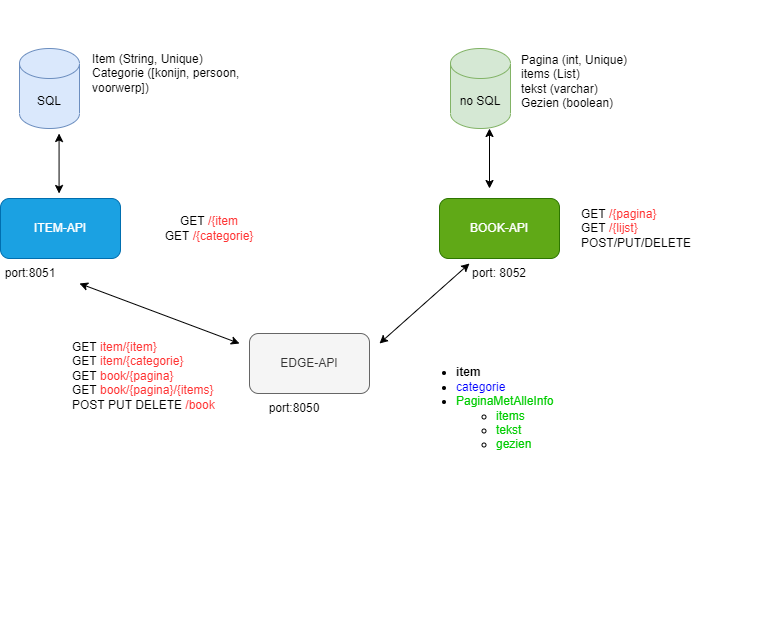
Earlier version of the draw.io export SchemaProject.png (KevinSegers/project-ar-backend). Source tidied: cells renumbered, new cells last; positions are measured from the earlier drawing's top-left corner, leaving out a move shared by most shapes.
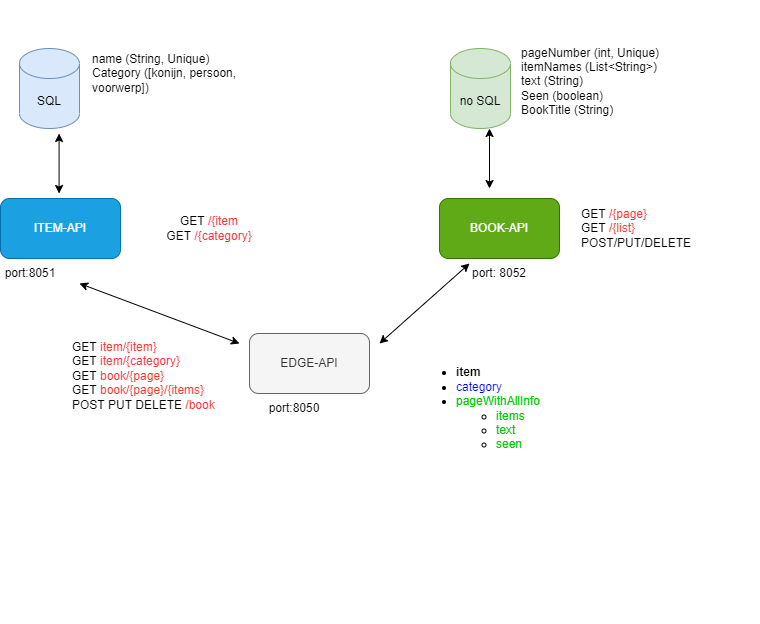
After the commit.

What changed in the source:
```diff
@@ -17,16 +17,16 @@
     <mxCell id="6" value="EDGE-API" style="rounded=1;whiteSpace=wrap;html=1;align=center;horizontal=1;verticalAlign=middle;fillColor=#f5f5f5;fontColor=#333333;strokeColor=#666666;" parent="1" vertex="1">
       <mxGeometry x="249" y="333" width="120" height="60" as="geometry" />
     </mxCell>
-    <mxCell id="7" value="Pagina (int, Unique)&lt;br&gt;items (List)&lt;br&gt;tekst (varchar)&lt;br&gt;Gezien (boolean)" style="text;html=1;strokeColor=none;fillColor=none;align=left;verticalAlign=middle;whiteSpace=wrap;rounded=0;horizontal=1;" parent="1" vertex="1">
+    <mxCell id="7" value="pageNumber (int, Unique)&lt;br&gt;itemNames (List&amp;lt;String&amp;gt;)&lt;br&gt;text (String)&lt;br&gt;Seen (boolean)&lt;br&gt;BookTitle (String)" style="text;html=1;strokeColor=none;fillColor=none;align=left;verticalAlign=middle;whiteSpace=wrap;rounded=0;horizontal=1;" parent="1" vertex="1">
       <mxGeometry x="519" y="13" width="170" height="135" as="geometry" />
     </mxCell>
-    <mxCell id="8" value="&lt;span style=&quot;background-color: initial;&quot;&gt;Item (String, Unique)&lt;/span&gt;&lt;br&gt;&lt;span style=&quot;background-color: initial;&quot;&gt;Categorie ([konijn, persoon, voorwerp])&lt;/span&gt;" style="text;html=1;strokeColor=none;fillColor=none;align=left;verticalAlign=middle;whiteSpace=wrap;rounded=0;fontFamily=Helvetica;" parent="1" vertex="1">
+    <mxCell id="8" value="&lt;span style=&quot;background-color: initial;&quot;&gt;name (String, Unique)&lt;/span&gt;&lt;br&gt;&lt;span style=&quot;background-color: initial;&quot;&gt;Category ([konijn, persoon, voorwerp])&lt;/span&gt;" style="text;html=1;strokeColor=none;fillColor=none;align=left;verticalAlign=middle;whiteSpace=wrap;rounded=0;fontFamily=Helvetica;" parent="1" vertex="1">
       <mxGeometry x="90" width="174" height="145.5" as="geometry" />
     </mxCell>
-    <mxCell id="9" value="GET &lt;font color=&quot;#ff3333&quot;&gt;/{item&lt;/font&gt;&lt;br&gt;GET &lt;font color=&quot;#ff3333&quot;&gt;/{categorie}&lt;/font&gt;" style="text;html=1;strokeColor=none;fillColor=none;align=center;verticalAlign=middle;whiteSpace=wrap;rounded=0;fontFamily=Helvetica;" parent="1" vertex="1">
+    <mxCell id="9" value="GET &lt;font color=&quot;#ff3333&quot;&gt;/{item&lt;/font&gt;&lt;br&gt;GET &lt;font color=&quot;#ff3333&quot;&gt;/{category}&lt;/font&gt;" style="text;html=1;strokeColor=none;fillColor=none;align=center;verticalAlign=middle;whiteSpace=wrap;rounded=0;fontFamily=Helvetica;" parent="1" vertex="1">
       <mxGeometry x="139" y="203" width="140" height="50" as="geometry" />
     </mxCell>
-    <mxCell id="10" value="GET &lt;font color=&quot;#ff3333&quot;&gt;/{pagina}&lt;/font&gt;&lt;br&gt;GET &lt;font color=&quot;#ff3333&quot;&gt;/{lijst}&lt;/font&gt;&lt;br&gt;POST/PUT/DELETE" style="text;html=1;strokeColor=none;fillColor=none;align=left;verticalAlign=middle;whiteSpace=wrap;rounded=0;fontFamily=Helvetica;" parent="1" vertex="1">
+    <mxCell id="10" value="GET &lt;font color=&quot;#ff3333&quot;&gt;/{page}&lt;/font&gt;&lt;br&gt;GET &lt;font color=&quot;#ff3333&quot;&gt;/{list}&lt;/font&gt;&lt;br&gt;POST/PUT/DELETE" style="text;html=1;strokeColor=none;fillColor=none;align=left;verticalAlign=middle;whiteSpace=wrap;rounded=0;fontFamily=Helvetica;" parent="1" vertex="1">
       <mxGeometry x="579" y="213" width="180" height="30" as="geometry" />
     </mxCell>
     <mxCell id="11" style="endArrow=classic;startArrow=classic;html=1;rounded=0;fontFamily=Helvetica;" parent="1" edge="1">
@@ -59,10 +59,10 @@
     <mxCell id="16" value="port: 8052" style="text;html=1;strokeColor=none;fillColor=none;align=center;verticalAlign=middle;whiteSpace=wrap;rounded=0;fontFamily=Helvetica;" parent="1" vertex="1">
       <mxGeometry x="469" y="258" width="60" height="30" as="geometry" />
     </mxCell>
-    <mxCell id="17" value="GET &lt;font color=&quot;#ff3333&quot;&gt;item/{item}&lt;/font&gt;&lt;br&gt;GET &lt;font color=&quot;#ff3333&quot;&gt;item/{categorie}&lt;/font&gt;&lt;br&gt;GET &lt;font color=&quot;#ff3333&quot;&gt;book/{pagina}&lt;/font&gt;&lt;br&gt;GET &lt;font color=&quot;#ff3333&quot;&gt;book/{pagina}/{items}&lt;/font&gt;&lt;br&gt;POST PUT DELETE &lt;font color=&quot;#ff3333&quot;&gt;/&lt;/font&gt;&lt;span style=&quot;color: rgb(255, 51, 51);&quot;&gt;book&lt;/span&gt;" style="text;html=1;strokeColor=none;fillColor=none;align=left;verticalAlign=top;whiteSpace=wrap;rounded=0;fontFamily=Helvetica;" parent="1" vertex="1">
+    <mxCell id="17" value="GET &lt;font color=&quot;#ff3333&quot;&gt;item/{item}&lt;/font&gt;&lt;br&gt;GET &lt;font color=&quot;#ff3333&quot;&gt;item/{category}&lt;/font&gt;&lt;br&gt;GET &lt;font color=&quot;#ff3333&quot;&gt;book/{page}&lt;/font&gt;&lt;br&gt;GET &lt;font color=&quot;#ff3333&quot;&gt;book/{page}/{items}&lt;/font&gt;&lt;br&gt;POST PUT DELETE &lt;font color=&quot;#ff3333&quot;&gt;/&lt;/font&gt;&lt;span style=&quot;color: rgb(255, 51, 51);&quot;&gt;book&lt;/span&gt;" style="text;html=1;strokeColor=none;fillColor=none;align=left;verticalAlign=top;whiteSpace=wrap;rounded=0;fontFamily=Helvetica;" parent="1" vertex="1">
       <mxGeometry x="70" y="333" width="209" height="290" as="geometry" />
     </mxCell>
-    <mxCell id="18" value="&lt;ul&gt;&lt;li&gt;&lt;span style=&quot;background-color: initial;&quot;&gt;&lt;b&gt;item&lt;/b&gt;&lt;/span&gt;&lt;br&gt;&lt;/li&gt;&lt;li&gt;&lt;span style=&quot;background-color: initial;&quot;&gt;&lt;font color=&quot;#0000ff&quot;&gt;categorie&lt;/font&gt;&lt;/span&gt;&lt;/li&gt;&lt;li&gt;&lt;font color=&quot;#00cc00&quot;&gt;&lt;span style=&quot;background-color: initial;&quot;&gt;PaginaMetAlleInfo&lt;/span&gt;&lt;/font&gt;&lt;/li&gt;&lt;ul&gt;&lt;li&gt;&lt;font color=&quot;#00cc00&quot;&gt;items&lt;/font&gt;&lt;/li&gt;&lt;li&gt;&lt;font color=&quot;#00cc00&quot;&gt;tekst&lt;/font&gt;&lt;/li&gt;&lt;li&gt;&lt;font color=&quot;#00cc00&quot;&gt;gezien&lt;/font&gt;&lt;/li&gt;&lt;/ul&gt;&lt;/ul&gt;" style="text;html=1;strokeColor=none;fillColor=none;align=left;verticalAlign=middle;whiteSpace=wrap;rounded=0;fontFamily=Helvetica;" parent="1" vertex="1">
+    <mxCell id="18" value="&lt;ul&gt;&lt;li&gt;&lt;span style=&quot;background-color: initial;&quot;&gt;&lt;b&gt;item&lt;/b&gt;&lt;/span&gt;&lt;br&gt;&lt;/li&gt;&lt;li&gt;&lt;font color=&quot;#0000ff&quot;&gt;category&lt;/font&gt;&lt;br&gt;&lt;/li&gt;&lt;li&gt;&lt;font color=&quot;#00cc00&quot;&gt;&lt;span style=&quot;background-color: initial;&quot;&gt;pageWithAllInfo&lt;/span&gt;&lt;/font&gt;&lt;/li&gt;&lt;ul&gt;&lt;li&gt;&lt;font color=&quot;#00cc00&quot;&gt;items&lt;/font&gt;&lt;/li&gt;&lt;li&gt;&lt;font color=&quot;#00cc00&quot;&gt;text&lt;/font&gt;&lt;/li&gt;&lt;li&gt;&lt;font color=&quot;#00cc00&quot;&gt;seen&lt;/font&gt;&lt;/li&gt;&lt;/ul&gt;&lt;/ul&gt;" style="text;html=1;strokeColor=none;fillColor=none;align=left;verticalAlign=middle;whiteSpace=wrap;rounded=0;fontFamily=Helvetica;" parent="1" vertex="1">
       <mxGeometry x="414" y="333" width="170" height="150" as="geometry" />
     </mxCell>
     <mxCell id="19" value="port:8050" style="text;html=1;strokeColor=none;fillColor=none;align=center;verticalAlign=middle;whiteSpace=wrap;rounded=0;fontFamily=Helvetica;" parent="1" vertex="1">
```
